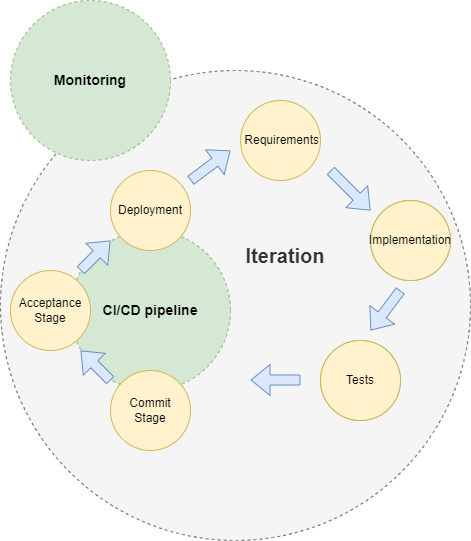
Above: iteration.drawio.png in mirinkinen/minimal-process (draw.io), before the change. Source tidied: cells renumbered, new cells last; positions are measured from the earlier drawing's top-left corner, leaving out a move shared by most shapes.
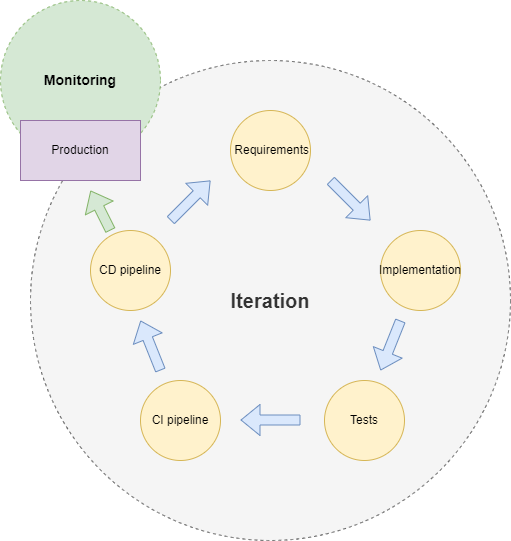
Later version of the same file.

What changed in the source:
```diff
@@ -2,74 +2,65 @@
   <root>
     <mxCell id="0" />
     <mxCell id="1" parent="0" />
-    <mxCell id="2" value="Iteration" style="ellipse;whiteSpace=wrap;html=1;dashed=1;strokeWidth=1;fontSize=20;fontStyle=1;labelBackgroundColor=none;fillColor=#f5f5f5;fontColor=#333333;strokeColor=#666666;spacingLeft=100;spacingTop=0;spacingBottom=100;" parent="1" vertex="1">
-      <mxGeometry y="70" width="470" height="470" as="geometry" />
+    <mxCell id="2" value="Iteration" style="ellipse;whiteSpace=wrap;html=1;dashed=1;strokeWidth=1;fontSize=20;fontStyle=1;labelBackgroundColor=none;fillColor=#f5f5f5;fontColor=#333333;strokeColor=#666666;spacingLeft=0;spacingTop=0;spacingBottom=0;spacing=0;" parent="1" vertex="1">
+      <mxGeometry x="10" y="60" width="480" height="480" as="geometry" />
     </mxCell>
     <mxCell id="3" value="&amp;nbsp;Requirements" style="ellipse;whiteSpace=wrap;html=1;fillColor=#fff2cc;strokeColor=#d6b656;fontSize=12;fontStyle=0;" parent="1" vertex="1">
-      <mxGeometry x="240" y="100" width="80" height="80" as="geometry" />
+      <mxGeometry x="210" y="110" width="80" height="80" as="geometry" />
     </mxCell>
-    <mxCell id="4" value="Implementation" style="ellipse;whiteSpace=wrap;html=1;fillColor=#d5e8d4;strokeColor=#82b366;fontSize=12;fontStyle=0;" parent="1" vertex="1">
-      <mxGeometry x="370" y="200" width="80" height="80" as="geometry" />
-    </mxCell>
-    <mxCell id="5" value="Tests" style="ellipse;whiteSpace=wrap;html=1;fillColor=#d5e8d4;strokeColor=#82b366;fontSize=12;fontStyle=0;" parent="1" vertex="1">
-      <mxGeometry x="320" y="340" width="80" height="80" as="geometry" />
-    </mxCell>
-    <mxCell id="6" style="shape=flexArrow;endArrow=classic;html=1;rounded=0;fillColor=#dae8fc;strokeColor=#6c8ebf;fontSize=12;fontStyle=0;" parent="1" edge="1">
-      <mxGeometry relative="1" as="geometry">
-        <mxPoint x="330" y="170" as="sourcePoint" />
-        <mxPoint x="370" y="210" as="targetPoint" />
-      </mxGeometry>
-    </mxCell>
-    <mxCell id="7" style="shape=flexArrow;endArrow=classic;html=1;rounded=0;fillColor=#dae8fc;strokeColor=#6c8ebf;fontSize=12;fontStyle=0;" parent="1" edge="1">
-      <mxGeometry relative="1" as="geometry">
-        <mxPoint x="400" y="290" as="sourcePoint" />
-        <mxPoint x="370" y="330" as="targetPoint" />
-      </mxGeometry>
-    </mxCell>
-    <mxCell id="8" style="shape=flexArrow;endArrow=classic;html=1;rounded=0;fillColor=#dae8fc;strokeColor=#6c8ebf;fontSize=12;fontStyle=0;" parent="1" edge="1">
-      <mxGeometry relative="1" as="geometry">
-        <mxPoint x="300" y="379.5" as="sourcePoint" />
-        <mxPoint x="250" y="379.5" as="targetPoint" />
-      </mxGeometry>
-    </mxCell>
-    <mxCell id="9" style="shape=flexArrow;endArrow=classic;html=1;rounded=0;fillColor=#dae8fc;strokeColor=#6c8ebf;fontSize=12;fontStyle=0;" parent="1" edge="1">
-      <mxGeometry relative="1" as="geometry">
-        <mxPoint x="190" y="180" as="sourcePoint" />
-        <mxPoint x="230" y="150" as="targetPoint" />
-      </mxGeometry>
-    </mxCell>
-    <mxCell id="10" value="CI/CD pipeline" style="ellipse;whiteSpace=wrap;html=1;dashed=1;fillColor=#d5e8d4;strokeColor=#82b366;fontSize=14;fontStyle=1;" parent="1" vertex="1">
-      <mxGeometry x="70" y="230" width="160" height="160" as="geometry" />
-    </mxCell>
-    <mxCell id="11" value="Commit&lt;br&gt;Stage" style="ellipse;whiteSpace=wrap;html=1;fillColor=#fff2cc;strokeColor=#d6b656;fontSize=12;fontStyle=0;" parent="1" vertex="1">
-      <mxGeometry x="110" y="370" width="80" height="80" as="geometry" />
+    <mxCell id="11" value="CI pipeline" style="ellipse;whiteSpace=wrap;html=1;fillColor=#fff2cc;strokeColor=#d6b656;fontSize=12;fontStyle=0;" parent="1" vertex="1">
+      <mxGeometry x="120" y="380" width="80" height="80" as="geometry" />
     </mxCell>
-    <mxCell id="12" value="Acceptance&lt;br&gt;Stage" style="ellipse;whiteSpace=wrap;html=1;fillColor=#fff2cc;strokeColor=#d6b656;fontSize=12;fontStyle=0;" parent="1" vertex="1">
-      <mxGeometry x="10" y="270" width="80" height="80" as="geometry" />
+    <mxCell id="12" value="CD pipeline" style="ellipse;whiteSpace=wrap;html=1;fillColor=#fff2cc;strokeColor=#d6b656;fontSize=12;fontStyle=0;" parent="1" vertex="1">
+      <mxGeometry x="70" y="230" width="80" height="80" as="geometry" />
     </mxCell>
-    <mxCell id="13" value="Deployment" style="ellipse;whiteSpace=wrap;html=1;fillColor=#fff2cc;strokeColor=#d6b656;fontSize=12;fontStyle=0;" parent="1" vertex="1">
-      <mxGeometry x="110" y="170" width="80" height="80" as="geometry" />
-    </mxCell>
-    <mxCell id="14" style="shape=flexArrow;endArrow=classic;html=1;rounded=0;fillColor=#dae8fc;strokeColor=#6c8ebf;fontSize=12;fontStyle=0;" parent="1" edge="1">
-      <mxGeometry relative="1" as="geometry">
-        <mxPoint x="110" y="380" as="sourcePoint" />
-        <mxPoint x="80" y="350" as="targetPoint" />
-      </mxGeometry>
-    </mxCell>
-    <mxCell id="15" style="shape=flexArrow;endArrow=classic;html=1;rounded=0;fillColor=#dae8fc;strokeColor=#6c8ebf;fontSize=12;fontStyle=0;" parent="1" edge="1">
-      <mxGeometry relative="1" as="geometry">
-        <mxPoint x="80" y="270" as="sourcePoint" />
-        <mxPoint x="110" y="240" as="targetPoint" />
-      </mxGeometry>
-    </mxCell>
     <mxCell id="16" value="Monitoring" style="ellipse;whiteSpace=wrap;html=1;dashed=1;fillColor=#d5e8d4;strokeColor=#82b366;fontSize=14;fontStyle=1;" parent="1" vertex="1">
-      <mxGeometry x="10" width="160" height="160" as="geometry" />
+      <mxGeometry x="-20" width="160" height="160" as="geometry" />
     </mxCell>
     <mxCell id="17" value="Implementation" style="ellipse;whiteSpace=wrap;html=1;fillColor=#fff2cc;strokeColor=#d6b656;fontSize=12;fontStyle=0;" parent="1" vertex="1">
-      <mxGeometry x="370" y="200" width="80" height="80" as="geometry" />
+      <mxGeometry x="360" y="230" width="80" height="80" as="geometry" />
     </mxCell>
     <mxCell id="18" value="Tests" style="ellipse;whiteSpace=wrap;html=1;fillColor=#fff2cc;strokeColor=#d6b656;fontSize=12;fontStyle=0;" parent="1" vertex="1">
-      <mxGeometry x="320" y="340" width="80" height="80" as="geometry" />
+      <mxGeometry x="304" y="380" width="80" height="80" as="geometry" />
     </mxCell>
+    <mxCell id="19" value="Production" style="rounded=0;whiteSpace=wrap;html=1;fillColor=#e1d5e7;strokeColor=#9673a6;" parent="1" vertex="1">
+      <mxGeometry y="120" width="120" height="60" as="geometry" />
+    </mxCell>
+    <mxCell id="20" style="shape=flexArrow;endArrow=classic;html=1;rounded=0;fillColor=#dae8fc;strokeColor=#6c8ebf;fontSize=12;fontStyle=0;" parent="1" edge="1">
+      <mxGeometry relative="1" as="geometry">
+        <mxPoint x="140" y="370" as="sourcePoint" />
+        <mxPoint x="120" y="320" as="targetPoint" />
+      </mxGeometry>
+    </mxCell>
+    <mxCell id="21" style="shape=flexArrow;endArrow=classic;html=1;rounded=0;fillColor=#dae8fc;strokeColor=#6c8ebf;fontSize=12;fontStyle=0;" parent="1" edge="1">
+      <mxGeometry relative="1" as="geometry">
+        <mxPoint x="280" y="419.5" as="sourcePoint" />
+        <mxPoint x="220" y="419.5" as="targetPoint" />
+      </mxGeometry>
+    </mxCell>
+    <mxCell id="22" style="shape=flexArrow;endArrow=classic;html=1;rounded=0;fillColor=#dae8fc;strokeColor=#6c8ebf;fontSize=12;fontStyle=0;" parent="1" edge="1">
+      <mxGeometry relative="1" as="geometry">
+        <mxPoint x="380" y="320" as="sourcePoint" />
+        <mxPoint x="360" y="370" as="targetPoint" />
+      </mxGeometry>
+    </mxCell>
+    <mxCell id="23" style="shape=flexArrow;endArrow=classic;html=1;rounded=0;fillColor=#dae8fc;strokeColor=#6c8ebf;fontSize=12;fontStyle=0;" parent="1" edge="1">
+      <mxGeometry relative="1" as="geometry">
+        <mxPoint x="310" y="180" as="sourcePoint" />
+        <mxPoint x="350" y="220" as="targetPoint" />
+      </mxGeometry>
+    </mxCell>
+    <mxCell id="24" style="shape=flexArrow;endArrow=classic;html=1;rounded=0;fillColor=#dae8fc;strokeColor=#6c8ebf;fontSize=12;fontStyle=0;" parent="1" edge="1">
+      <mxGeometry relative="1" as="geometry">
+        <mxPoint x="150" y="220" as="sourcePoint" />
+        <mxPoint x="190" y="180" as="targetPoint" />
+      </mxGeometry>
+    </mxCell>
+    <mxCell id="25" style="shape=flexArrow;endArrow=classic;html=1;rounded=0;fillColor=#d5e8d4;strokeColor=#82b366;fontSize=12;fontStyle=0;labelBackgroundColor=none;endSize=6;startSize=6;" parent="1" edge="1">
+      <mxGeometry relative="1" as="geometry">
+        <mxPoint x="90" y="230" as="sourcePoint" />
+        <mxPoint x="70" y="190" as="targetPoint" />
+      </mxGeometry>
+    </mxCell>
   </root>
 </mxGraphModel>
```
